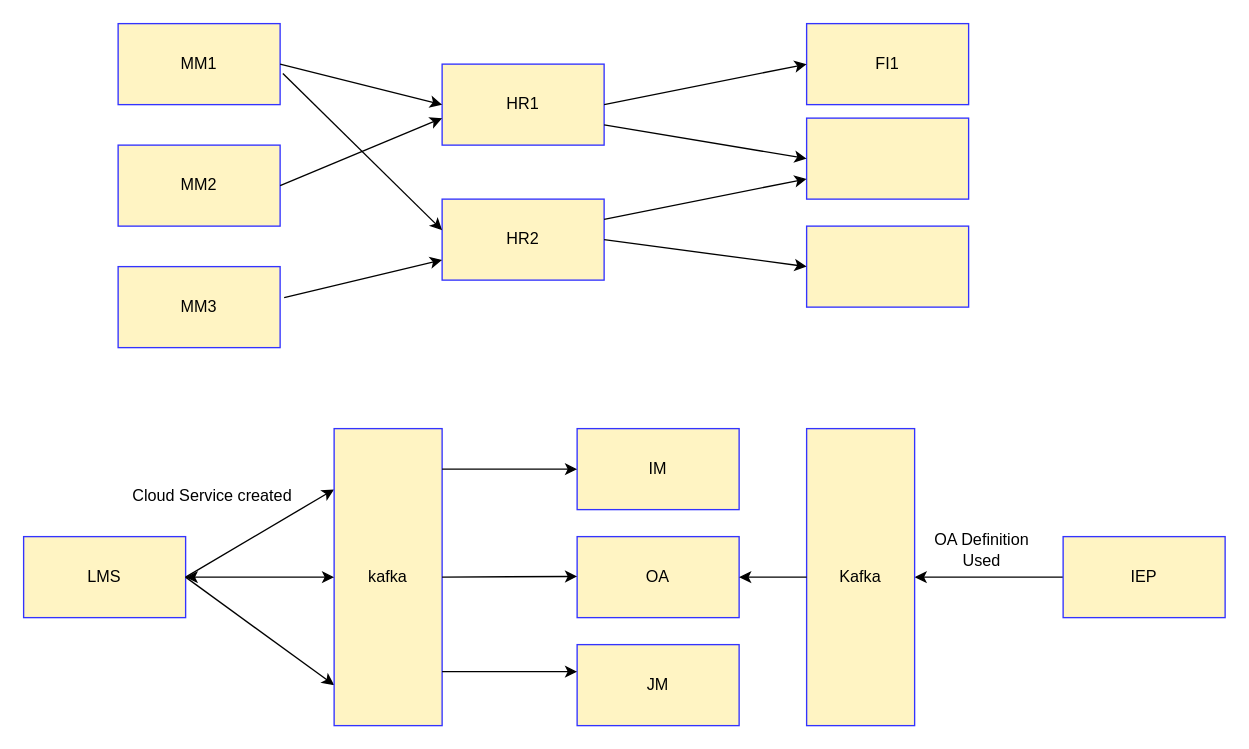
Above: page "Page-6" (6 of 6) of Untitled Diagram.drawio in avinash610jha/drawings (draw.io), before the change. Source tidied: cells renumbered, new cells numbered last; positions are measured from the earlier drawing's top-left corner, leaving out a move shared by most shapes. Both pictures are drawn from the tidied source at 135%, with x=0, y=0 at pixel (23, 23).
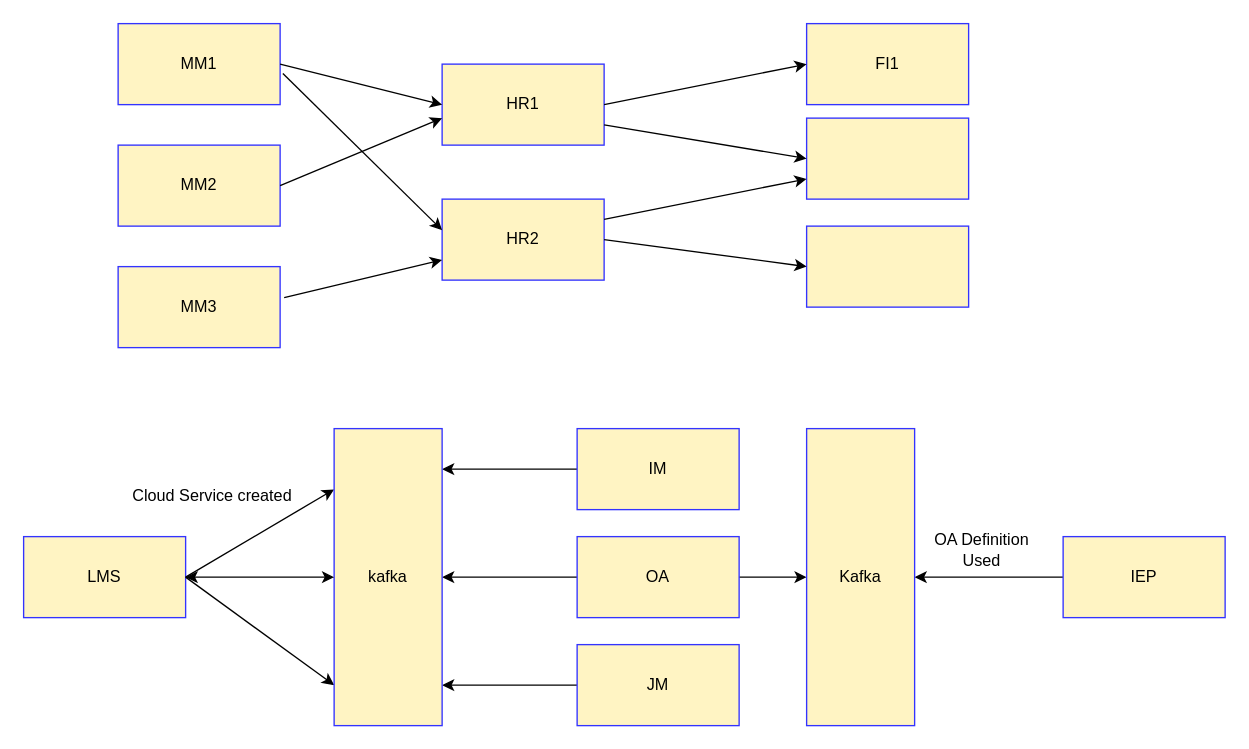
After the change.

The change refers to these unchanged cells:
```xml
<mxCell id="3" value="OA" style="rounded=0;whiteSpace=wrap;html=1;strokeColor=#3333FF;fillColor=#FFF4C3;" parent="1" vertex="1">
  <mxGeometry x="410" y="380" width="120" height="60" as="geometry" />
</mxCell>
<mxCell id="22" value="IM" style="rounded=0;whiteSpace=wrap;html=1;strokeColor=#3333FF;fillColor=#FFF4C3;" parent="1" vertex="1">
  <mxGeometry x="410" y="300" width="120" height="60" as="geometry" />
</mxCell>
<mxCell id="23" value="JM" style="rounded=0;whiteSpace=wrap;html=1;strokeColor=#3333FF;fillColor=#FFF4C3;" parent="1" vertex="1">
  <mxGeometry x="410" y="460" width="120" height="60" as="geometry" />
</mxCell>
<mxCell id="28" value="kafka" style="rounded=0;whiteSpace=wrap;html=1;strokeColor=#3333FF;fillColor=#FFF4C3;" parent="1" vertex="1">
  <mxGeometry x="230" y="300" width="80" height="220" as="geometry" />
</mxCell>
<mxCell id="32" value="Kafka" style="rounded=0;whiteSpace=wrap;html=1;strokeColor=#3333FF;fillColor=#FFF4C3;" parent="1" vertex="1">
  <mxGeometry x="580" y="300" width="80" height="220" as="geometry" />
</mxCell>
```

Change to the diagram source:
```diff
@@
+    <mxCell id="35" style="edgeStyle=orthogonalEdgeStyle;rounded=0;jettySize=auto;html=1;" parent="1" edge="1" source="3" target="28">
+      <mxGeometry relative="1" as="geometry" />
+    </mxCell>
+    <mxCell id="36" style="edgeStyle=orthogonalEdgeStyle;rounded=0;jettySize=auto;html=1;" parent="1" edge="1" source="3" target="32">
+      <mxGeometry relative="1" as="geometry" />
+    </mxCell>
@@
+    <mxCell id="37" style="edgeStyle=orthogonalEdgeStyle;rounded=0;jettySize=auto;html=1;" parent="1" edge="1" source="22" target="28">
+      <mxGeometry relative="1" as="geometry">
+        <Array as="points">
+          <mxPoint x="330" y="330" />
+          <mxPoint x="330" y="330" />
+        </Array>
+      </mxGeometry>
+    </mxCell>
@@
+    <mxCell id="38" style="edgeStyle=orthogonalEdgeStyle;rounded=0;jettySize=auto;html=1;" parent="1" edge="1" source="23" target="28">
+      <mxGeometry relative="1" as="geometry">
+        <Array as="points">
+          <mxPoint x="330" y="490" />
+          <mxPoint x="330" y="490" />
+        </Array>
+      </mxGeometry>
+    </mxCell>
@@
-    <mxCell id="30" style="endArrow=classic;html=1;entryX=0;entryY=0.75;entryDx=0;entryDy=0;" parent="1" edge="1">
-      <mxGeometry relative="1" as="geometry">
-        <mxPoint x="310" y="330" as="sourcePoint" />
-        <mxPoint x="410" y="330" as="targetPoint" />
-      </mxGeometry>
-    </mxCell>
-    <mxCell id="31" style="endArrow=classic;html=1;entryX=0;entryY=0.75;entryDx=0;entryDy=0;" parent="1" edge="1">
-      <mxGeometry relative="1" as="geometry">
-        <mxPoint x="310" y="480" as="sourcePoint" />
-        <mxPoint x="410" y="480" as="targetPoint" />
-      </mxGeometry>
-    </mxCell>
@@
-    <mxCell id="33" style="endArrow=classic;html=1;exitX=0;exitY=0.5;exitDx=0;exitDy=0;" parent="1" edge="1" source="32" target="3">
-      <mxGeometry relative="1" as="geometry" />
-    </mxCell>
-    <mxCell id="34" style="endArrow=classic;html=1;entryX=0;entryY=0.75;entryDx=0;entryDy=0;" parent="1" edge="1">
-      <mxGeometry relative="1" as="geometry">
-        <mxPoint x="310" y="410" as="sourcePoint" />
-        <mxPoint x="410" y="409.5" as="targetPoint" />
-      </mxGeometry>
-    </mxCell>
```
